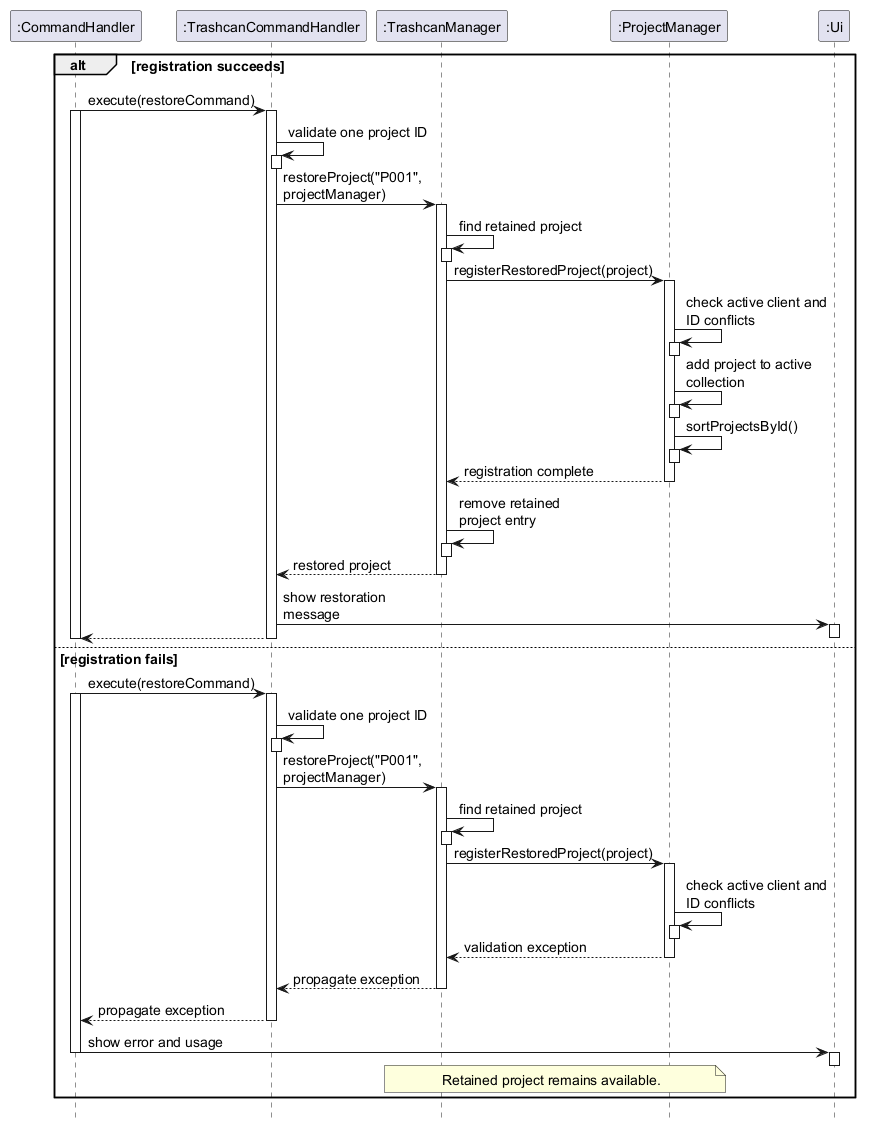
Before: docs/images/ProjectRestoreSequenceDiagram.png, a diagram exported from PlantUML (AY2627S1-CS2113-T10-3/tp).
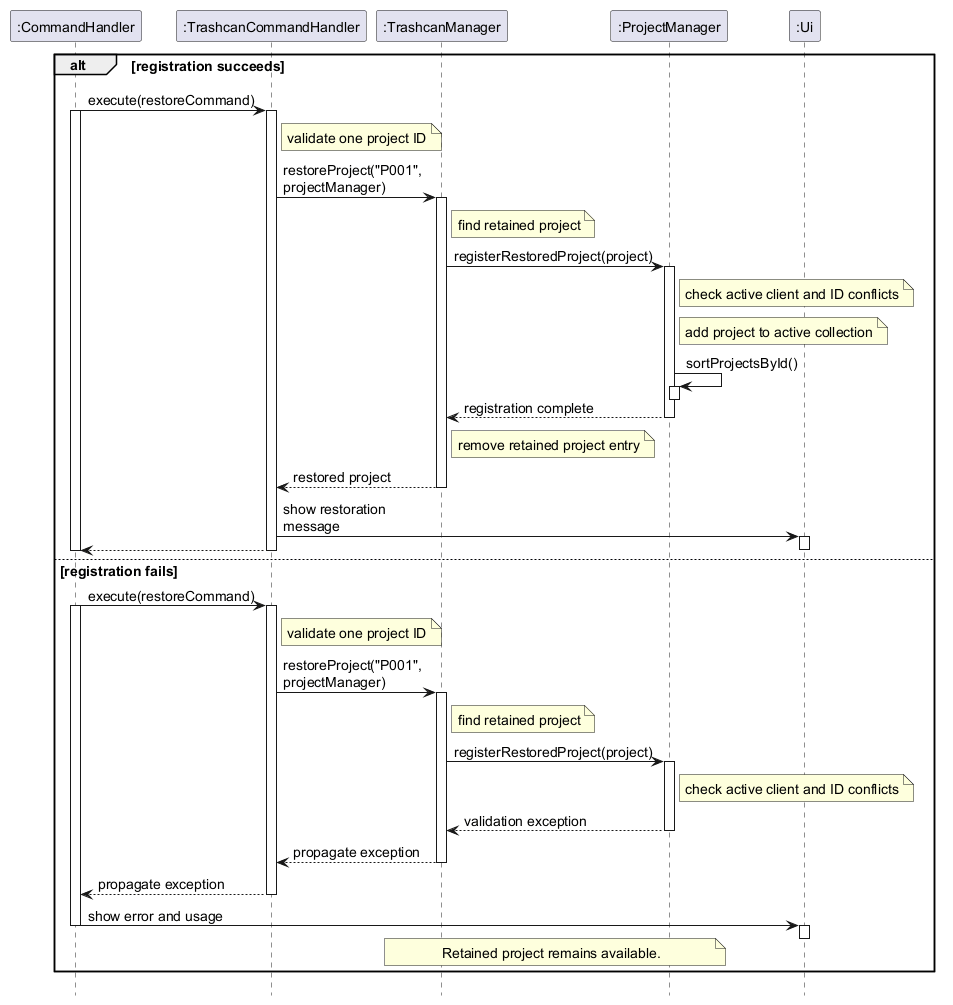
The same diagram one commit later.

Change to the diagram source:
```diff
@@ -13,30 +13,30 @@
   CH -> TCH : execute(restoreCommand)
   activate CH
   activate TCH
-  TCH -> TCH : validate one project ID
-  activate TCH
-  deactivate TCH
+  note right of TCH
+    validate one project ID
+  end note
   TCH -> TM : restoreProject("P001", projectManager)
   activate TM
-  TM -> TM : find retained project
-  activate TM
-  deactivate TM
+  note right of TM
+    find retained project
+  end note
   TM -> PM : registerRestoredProject(project)
   activate PM
-  PM -> PM : check active client and ID conflicts
-  activate PM
-  deactivate PM
-  PM -> PM : add project to active collection
-  activate PM
-  deactivate PM
+  note right of PM
+    check active client and ID conflicts
+  end note
+  note right of PM
+    add project to active collection
+  end note
   PM -> PM : sortProjectsById()
   activate PM
   deactivate PM
   PM --> TM : registration complete
   deactivate PM
-  TM -> TM : remove retained project entry
-  activate TM
-  deactivate TM
+  note right of TM
+    remove retained project entry
+  end note
   TM --> TCH : restored project
   deactivate TM
   TCH -> UI : show restoration message
@@ -50,19 +50,19 @@
   CH -> TCH : execute(restoreCommand)
   activate CH
   activate TCH
-  TCH -> TCH : validate one project ID
-  activate TCH
-  deactivate TCH
+  note right of TCH
+    validate one project ID
+  end note
   TCH -> TM : restoreProject("P001", projectManager)
   activate TM
-  TM -> TM : find retained project
-  activate TM
-  deactivate TM
+  note right of TM
+    find retained project
+  end note
   TM -> PM : registerRestoredProject(project)
   activate PM
-  PM -> PM : check active client and ID conflicts
-  activate PM
-  deactivate PM
+  note right of PM
+    check active client and ID conflicts
+  end note
   PM --> TM : validation exception
   deactivate PM
   TM --> TCH : propagate exception
```
